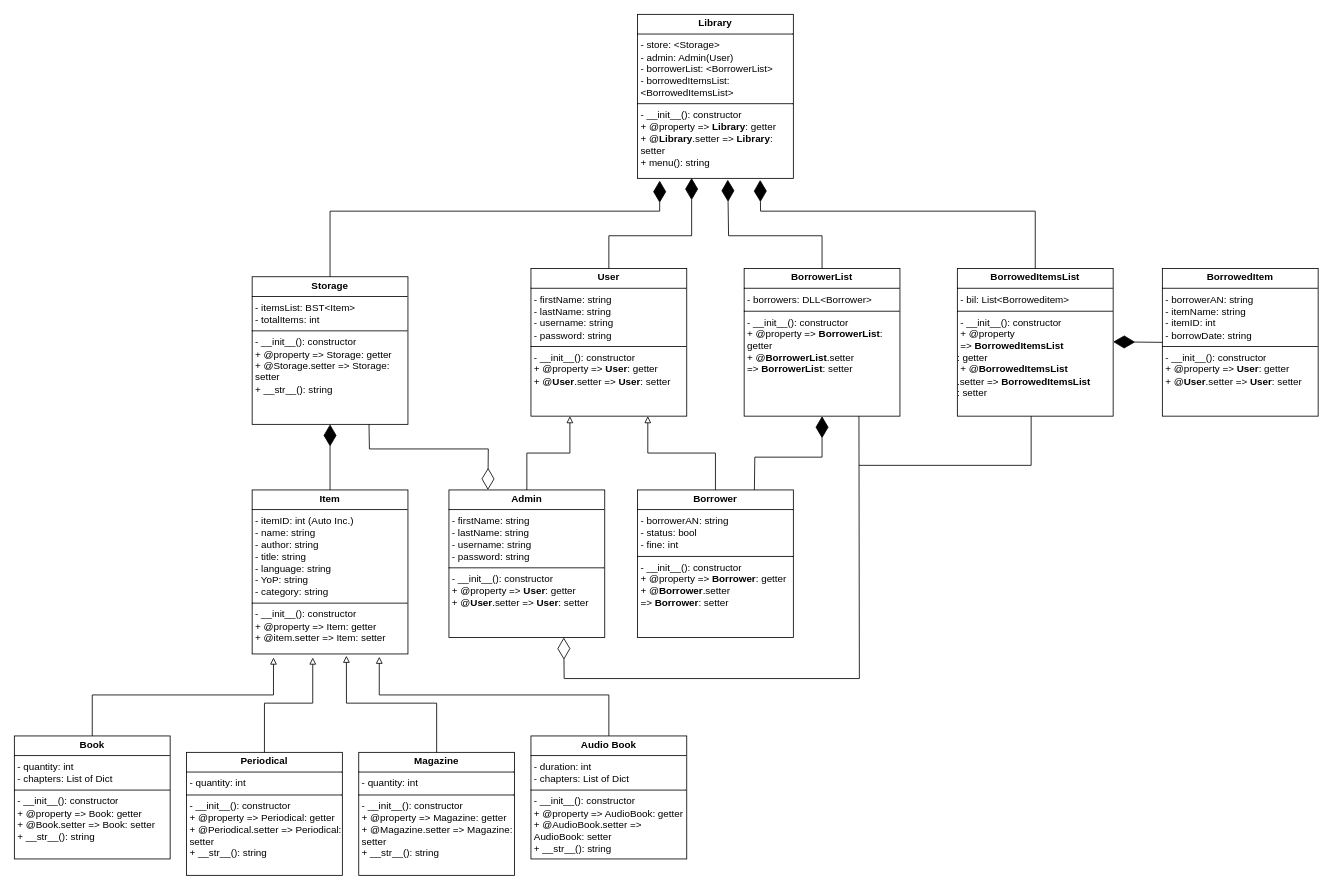
This is SOLA Design.drawio from HammadAli132/SOLA-Library-System, a draw.io file, before an edit. Source tidied: cells renumbered, new cells numbered last; positions are measured from the earlier drawing's top-left corner, leaving out a move shared by most shapes. Both pictures are drawn from the tidied source at 82%, with x=0, y=0 at pixel (14, 14).
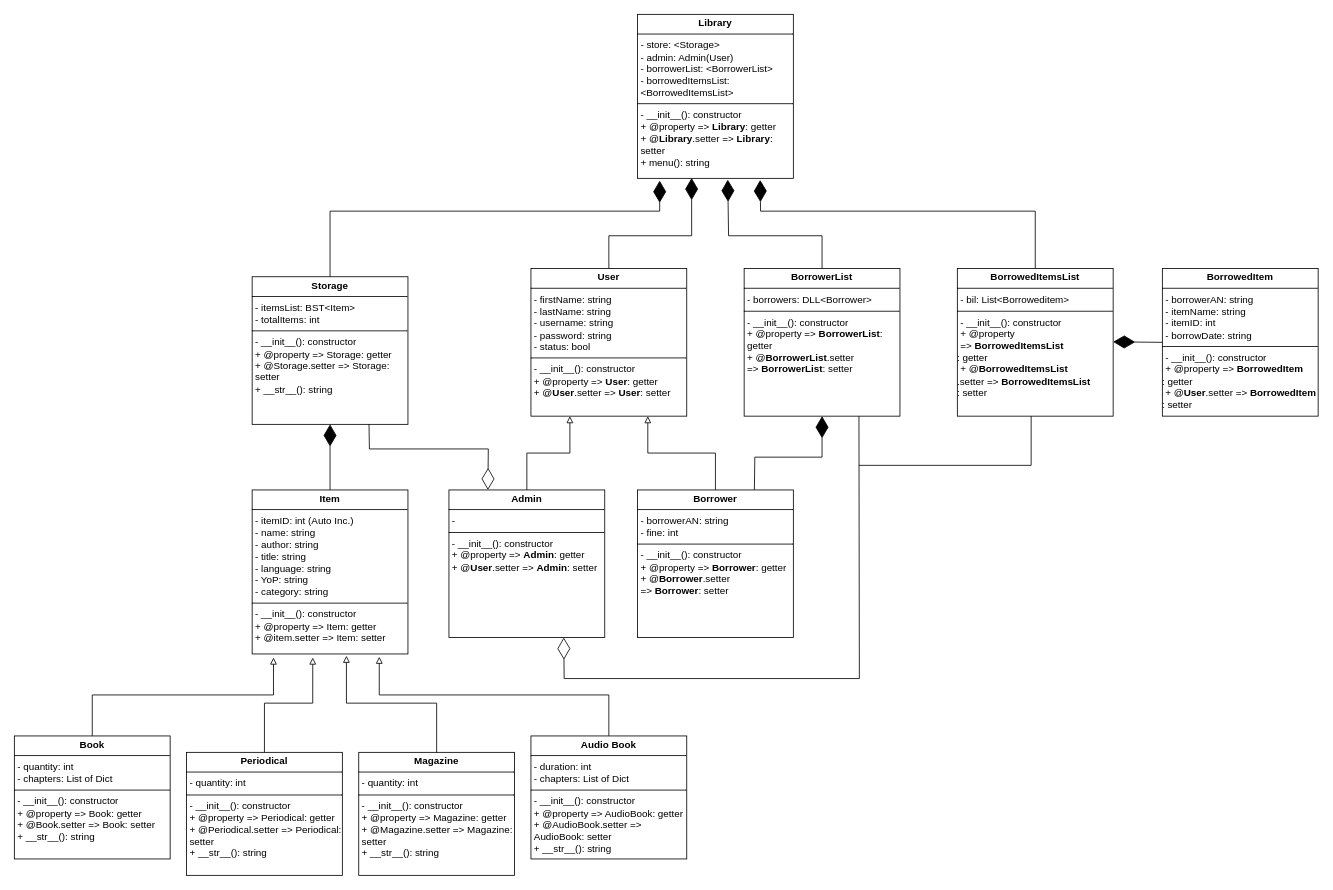
Above is the later version.

Commit message (it also covers changes not shown here):
Design Updated. Modules Completed

What changed in the source:
```diff
@@
-    <mxCell id="13" value="&lt;p style=&quot;margin:0px;margin-top:4px;text-align:center;&quot;&gt;&lt;b&gt;User&lt;/b&gt;&lt;/p&gt;&lt;hr size=&quot;1&quot; style=&quot;border-style:solid;&quot;&gt;&lt;p style=&quot;margin:0px;margin-left:4px;&quot;&gt;- firstName: string&lt;br&gt;- lastName: string&lt;/p&gt;&lt;p style=&quot;margin:0px;margin-left:4px;&quot;&gt;- username: string&lt;/p&gt;&lt;p style=&quot;margin:0px;margin-left:4px;&quot;&gt;- password: string&lt;/p&gt;&lt;hr size=&quot;1&quot; style=&quot;border-style:solid;&quot;&gt;&lt;p style=&quot;margin:0px;margin-left:4px;&quot;&gt;- __init__(): constructor&lt;br&gt;+ @property =&amp;gt;&amp;nbsp;&lt;b style=&quot;text-align: center;&quot;&gt;User&lt;/b&gt;: getter&lt;/p&gt;&lt;p style=&quot;margin:0px;margin-left:4px;&quot;&gt;+ @&lt;b style=&quot;text-align: center;&quot;&gt;User&lt;/b&gt;.setter =&amp;gt;&amp;nbsp;&lt;b style=&quot;text-align: center;&quot;&gt;User&lt;/b&gt;: setter&lt;/p&gt;" style="verticalAlign=top;align=left;overflow=fill;html=1;whiteSpace=wrap;direction=east;" parent="1" vertex="1">
+    <mxCell id="13" value="&lt;p style=&quot;margin:0px;margin-top:4px;text-align:center;&quot;&gt;&lt;b&gt;User&lt;/b&gt;&lt;/p&gt;&lt;hr size=&quot;1&quot; style=&quot;border-style:solid;&quot;&gt;&lt;p style=&quot;margin:0px;margin-left:4px;&quot;&gt;- firstName: string&lt;br&gt;- lastName: string&lt;/p&gt;&lt;p style=&quot;margin:0px;margin-left:4px;&quot;&gt;- username: string&lt;/p&gt;&lt;p style=&quot;margin:0px;margin-left:4px;&quot;&gt;- password: string&lt;/p&gt;&lt;p style=&quot;margin:0px;margin-left:4px;&quot;&gt;- status: bool&lt;/p&gt;&lt;hr size=&quot;1&quot; style=&quot;border-style:solid;&quot;&gt;&lt;p style=&quot;margin:0px;margin-left:4px;&quot;&gt;- __init__(): constructor&lt;br&gt;+ @property =&amp;gt;&amp;nbsp;&lt;b style=&quot;text-align: center;&quot;&gt;User&lt;/b&gt;: getter&lt;/p&gt;&lt;p style=&quot;margin:0px;margin-left:4px;&quot;&gt;+ @&lt;b style=&quot;text-align: center;&quot;&gt;User&lt;/b&gt;.setter =&amp;gt;&amp;nbsp;&lt;b style=&quot;text-align: center;&quot;&gt;User&lt;/b&gt;: setter&lt;/p&gt;" style="verticalAlign=top;align=left;overflow=fill;html=1;whiteSpace=wrap;direction=east;" parent="1" vertex="1">
       <mxGeometry x="630" y="310" width="190" height="180" as="geometry" />
     </mxCell>
-    <mxCell id="14" value="&lt;p style=&quot;margin:0px;margin-top:4px;text-align:center;&quot;&gt;&lt;b&gt;Admin&lt;/b&gt;&lt;/p&gt;&lt;hr size=&quot;1&quot; style=&quot;border-style:solid;&quot;&gt;&lt;p style=&quot;margin:0px;margin-left:4px;&quot;&gt;- firstName: string&lt;br&gt;- lastName: string&lt;/p&gt;&lt;p style=&quot;margin:0px;margin-left:4px;&quot;&gt;- username: string&lt;/p&gt;&lt;p style=&quot;margin:0px;margin-left:4px;&quot;&gt;- password: string&lt;/p&gt;&lt;hr size=&quot;1&quot; style=&quot;border-style:solid;&quot;&gt;&lt;p style=&quot;margin:0px;margin-left:4px;&quot;&gt;- __init__(): constructor&lt;br&gt;+ @property =&amp;gt;&amp;nbsp;&lt;b style=&quot;text-align: center;&quot;&gt;User&lt;/b&gt;: getter&lt;/p&gt;&lt;p style=&quot;margin:0px;margin-left:4px;&quot;&gt;+ @&lt;b style=&quot;text-align: center;&quot;&gt;User&lt;/b&gt;.setter =&amp;gt;&amp;nbsp;&lt;b style=&quot;text-align: center;&quot;&gt;User&lt;/b&gt;: setter&lt;/p&gt;" style="verticalAlign=top;align=left;overflow=fill;html=1;whiteSpace=wrap;direction=east;" parent="1" vertex="1">
+    <mxCell id="14" value="&lt;p style=&quot;margin:0px;margin-top:4px;text-align:center;&quot;&gt;&lt;b&gt;Admin&lt;/b&gt;&lt;/p&gt;&lt;hr size=&quot;1&quot; style=&quot;border-style:solid;&quot;&gt;&lt;p style=&quot;margin:0px;margin-left:4px;&quot;&gt;-&amp;nbsp;&lt;br&gt;&lt;/p&gt;&lt;hr size=&quot;1&quot; style=&quot;border-style:solid;&quot;&gt;&lt;p style=&quot;margin:0px;margin-left:4px;&quot;&gt;- __init__(): constructor&lt;br&gt;+ @property =&amp;gt;&amp;nbsp;&lt;b style=&quot;text-align: center;&quot;&gt;Admin&lt;/b&gt;: getter&lt;/p&gt;&lt;p style=&quot;margin:0px;margin-left:4px;&quot;&gt;+ @&lt;b style=&quot;text-align: center;&quot;&gt;User&lt;/b&gt;.setter =&amp;gt;&amp;nbsp;&lt;b style=&quot;text-align: center;&quot;&gt;Admin&lt;/b&gt;: setter&lt;/p&gt;" style="verticalAlign=top;align=left;overflow=fill;html=1;whiteSpace=wrap;direction=east;" parent="1" vertex="1">
       <mxGeometry x="530" y="580" width="190" height="180" as="geometry" />
     </mxCell>
-    <mxCell id="15" value="&lt;p style=&quot;margin:0px;margin-top:4px;text-align:center;&quot;&gt;&lt;b&gt;Borrower&lt;/b&gt;&lt;/p&gt;&lt;hr size=&quot;1&quot; style=&quot;border-style:solid;&quot;&gt;&lt;p style=&quot;margin:0px;margin-left:4px;&quot;&gt;- borrowerAN: string&lt;/p&gt;&lt;p style=&quot;margin:0px;margin-left:4px;&quot;&gt;- status: bool&lt;/p&gt;&lt;p style=&quot;margin:0px;margin-left:4px;&quot;&gt;- fine: int&lt;/p&gt;&lt;hr size=&quot;1&quot; style=&quot;border-style:solid;&quot;&gt;&lt;p style=&quot;margin:0px;margin-left:4px;&quot;&gt;- __init__(): constructor&lt;br&gt;+ @property =&amp;gt;&amp;nbsp;&lt;b style=&quot;text-align: center;&quot;&gt;Borrower&lt;/b&gt;: getter&lt;/p&gt;&lt;p style=&quot;margin:0px;margin-left:4px;&quot;&gt;+ @&lt;b style=&quot;text-align: center;&quot;&gt;Borrower&lt;/b&gt;.setter =&amp;gt;&amp;nbsp;&lt;b style=&quot;text-align: center;&quot;&gt;Borrower&lt;/b&gt;: setter&lt;/p&gt;" style="verticalAlign=top;align=left;overflow=fill;html=1;whiteSpace=wrap;direction=east;" parent="1" vertex="1">
+    <mxCell id="15" value="&lt;p style=&quot;margin:0px;margin-top:4px;text-align:center;&quot;&gt;&lt;b&gt;Borrower&lt;/b&gt;&lt;/p&gt;&lt;hr size=&quot;1&quot; style=&quot;border-style:solid;&quot;&gt;&lt;p style=&quot;margin:0px;margin-left:4px;&quot;&gt;- borrowerAN: string&lt;/p&gt;&lt;p style=&quot;margin:0px;margin-left:4px;&quot;&gt;- fine: int&lt;/p&gt;&lt;hr size=&quot;1&quot; style=&quot;border-style:solid;&quot;&gt;&lt;p style=&quot;margin:0px;margin-left:4px;&quot;&gt;- __init__(): constructor&lt;br&gt;+ @property =&amp;gt;&amp;nbsp;&lt;b style=&quot;text-align: center;&quot;&gt;Borrower&lt;/b&gt;: getter&lt;/p&gt;&lt;p style=&quot;margin:0px;margin-left:4px;&quot;&gt;+ @&lt;b style=&quot;text-align: center;&quot;&gt;Borrower&lt;/b&gt;.setter =&amp;gt;&amp;nbsp;&lt;b style=&quot;text-align: center;&quot;&gt;Borrower&lt;/b&gt;: setter&lt;/p&gt;" style="verticalAlign=top;align=left;overflow=fill;html=1;whiteSpace=wrap;direction=east;" parent="1" vertex="1">
       <mxGeometry x="760" y="580" width="190" height="180" as="geometry" />
     </mxCell>
@@
-    <mxCell id="18" value="&lt;p style=&quot;margin:0px;margin-top:4px;text-align:center;&quot;&gt;&lt;b&gt;BorrowedItem&lt;/b&gt;&lt;/p&gt;&lt;hr size=&quot;1&quot; style=&quot;border-style:solid;&quot;&gt;&lt;p style=&quot;margin:0px;margin-left:4px;&quot;&gt;- borrowerAN: string&lt;br&gt;&lt;/p&gt;&lt;p style=&quot;margin:0px;margin-left:4px;&quot;&gt;- itemName: string&lt;/p&gt;&lt;p style=&quot;margin:0px;margin-left:4px;&quot;&gt;- itemID: int&lt;/p&gt;&lt;p style=&quot;margin:0px;margin-left:4px;&quot;&gt;- borrowDate: string&lt;/p&gt;&lt;hr size=&quot;1&quot; style=&quot;border-style:solid;&quot;&gt;&lt;p style=&quot;margin:0px;margin-left:4px;&quot;&gt;- __init__(): constructor&lt;br&gt;+ @property =&amp;gt;&amp;nbsp;&lt;b style=&quot;text-align: center;&quot;&gt;User&lt;/b&gt;: getter&lt;/p&gt;&lt;p style=&quot;margin:0px;margin-left:4px;&quot;&gt;+ @&lt;b style=&quot;text-align: center;&quot;&gt;User&lt;/b&gt;.setter =&amp;gt;&amp;nbsp;&lt;b style=&quot;text-align: center;&quot;&gt;User&lt;/b&gt;: setter&lt;/p&gt;" style="verticalAlign=top;align=left;overflow=fill;html=1;whiteSpace=wrap;" parent="1" vertex="1">
+    <mxCell id="18" value="&lt;p style=&quot;margin:0px;margin-top:4px;text-align:center;&quot;&gt;&lt;b&gt;BorrowedItem&lt;/b&gt;&lt;/p&gt;&lt;hr size=&quot;1&quot; style=&quot;border-style:solid;&quot;&gt;&lt;p style=&quot;margin:0px;margin-left:4px;&quot;&gt;- borrowerAN: string&lt;br&gt;&lt;/p&gt;&lt;p style=&quot;margin:0px;margin-left:4px;&quot;&gt;- itemName: string&lt;/p&gt;&lt;p style=&quot;margin:0px;margin-left:4px;&quot;&gt;- itemID: int&lt;/p&gt;&lt;p style=&quot;margin:0px;margin-left:4px;&quot;&gt;- borrowDate: string&lt;/p&gt;&lt;hr size=&quot;1&quot; style=&quot;border-style:solid;&quot;&gt;&lt;p style=&quot;margin:0px;margin-left:4px;&quot;&gt;- __init__(): constructor&lt;br&gt;+ @property =&amp;gt;&amp;nbsp;&lt;b style=&quot;text-align: center;&quot;&gt;BorrowedItem&lt;/b&gt;&lt;/p&gt;&lt;div&gt;: getter&lt;/div&gt;&lt;p style=&quot;margin:0px;margin-left:4px;&quot;&gt;+ @&lt;b style=&quot;text-align: center;&quot;&gt;User&lt;/b&gt;.setter =&amp;gt;&amp;nbsp;&lt;b style=&quot;text-align: center;&quot;&gt;BorrowedItem&lt;/b&gt;&lt;/p&gt;&lt;div&gt;: setter&lt;/div&gt;" style="verticalAlign=top;align=left;overflow=fill;html=1;whiteSpace=wrap;" parent="1" vertex="1">
       <mxGeometry x="1400" y="310" width="190" height="180" as="geometry" />
     </mxCell>
```
